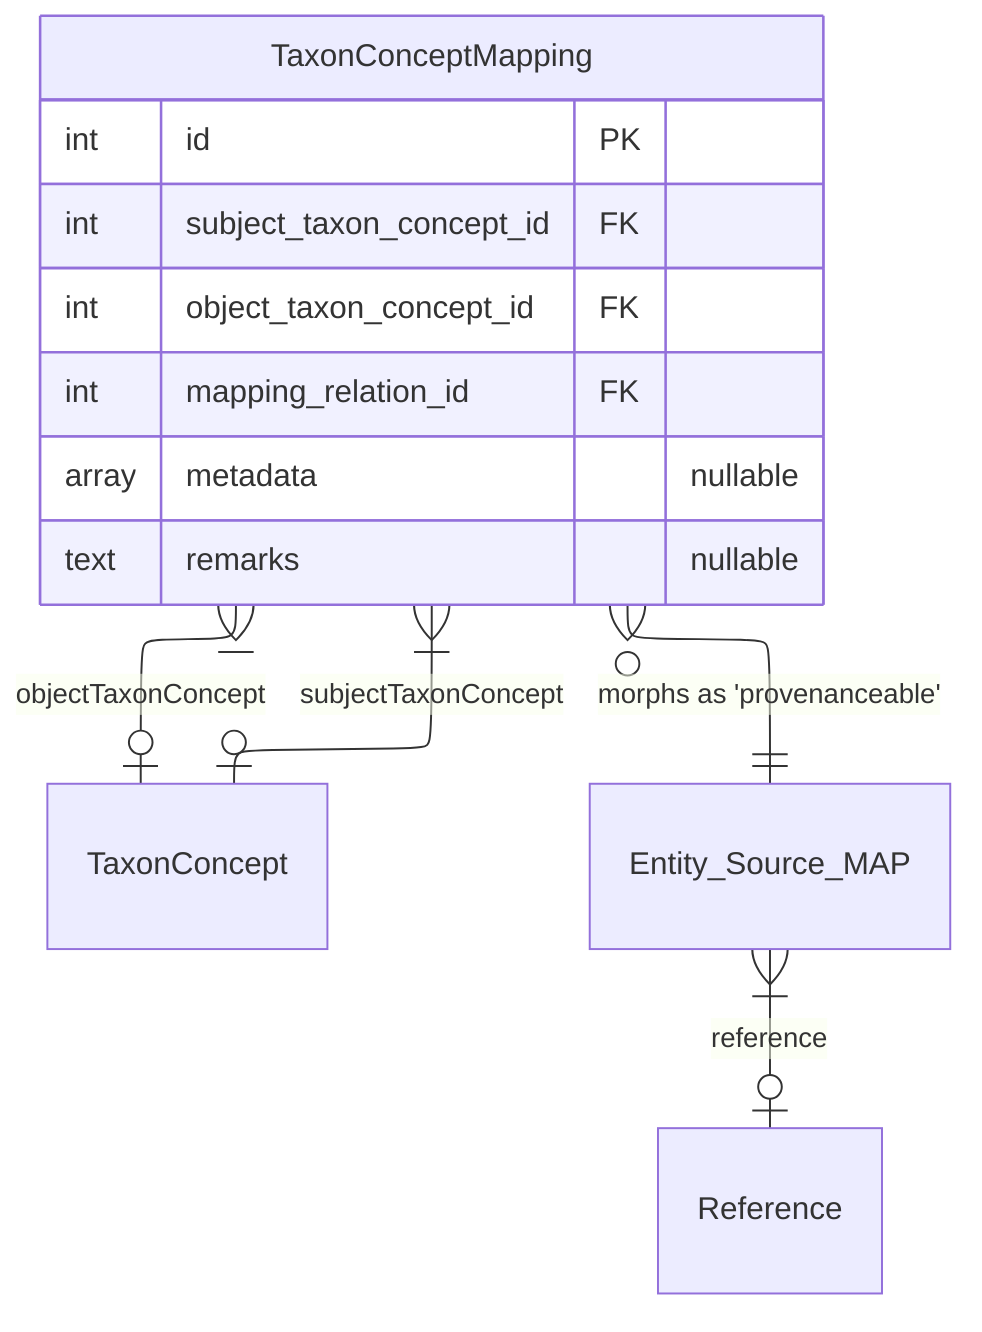
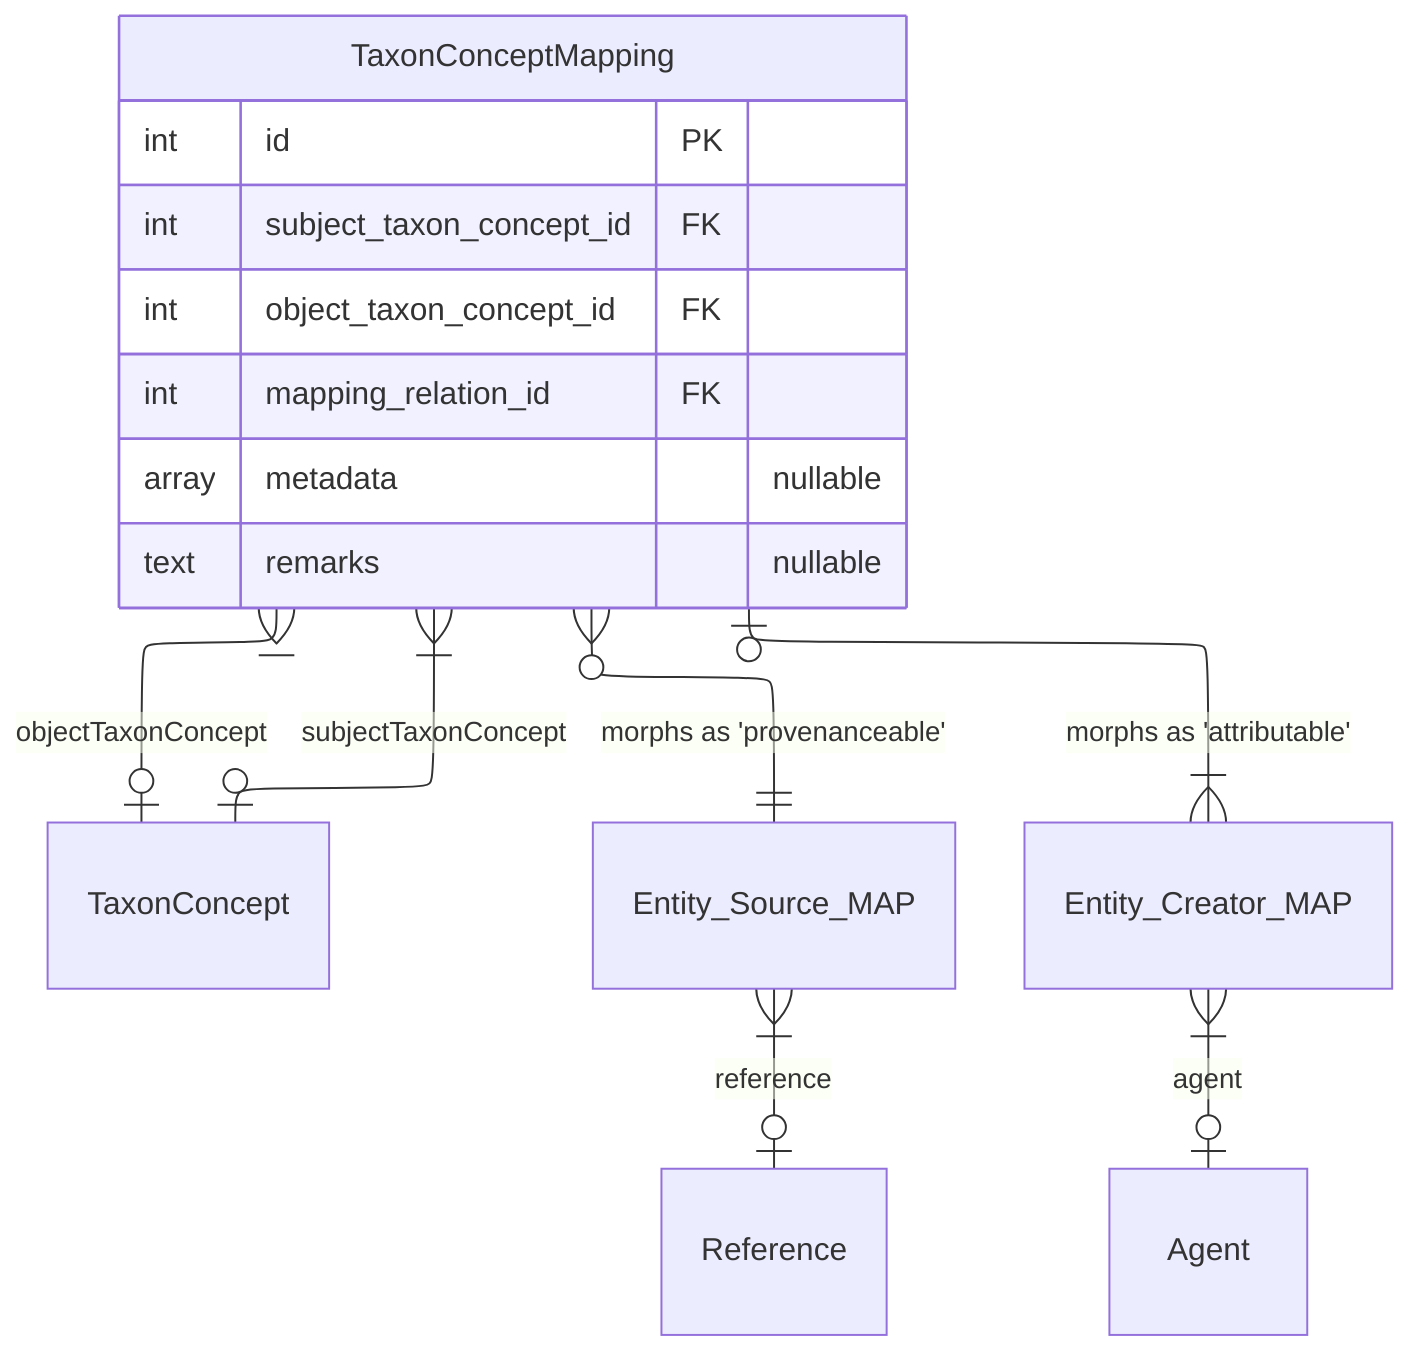
---
config:
    layout: elk
---
erDiagram
  TaxonConceptMapping }|--o| TaxonConcept : "subjectTaxonConcept"
  TaxonConceptMapping }|--o| TaxonConcept : "objectTaxonConcept"
  TaxonConceptMapping }o--|| Entity_Source_MAP : "morphs as 'provenanceable'"
  Entity_Source_MAP }|--o| Reference : "reference"
+   TaxonConceptMapping |o--|{ Entity_Creator_MAP : "morphs as 'attributable'"
+   Entity_Creator_MAP }|--o| Agent : "agent"

  TaxonConceptMapping {
    int id PK
    int subject_taxon_concept_id FK
    int object_taxon_concept_id FK
    int mapping_relation_id FK
    array metadata "nullable"
    text remarks "nullable"
  }